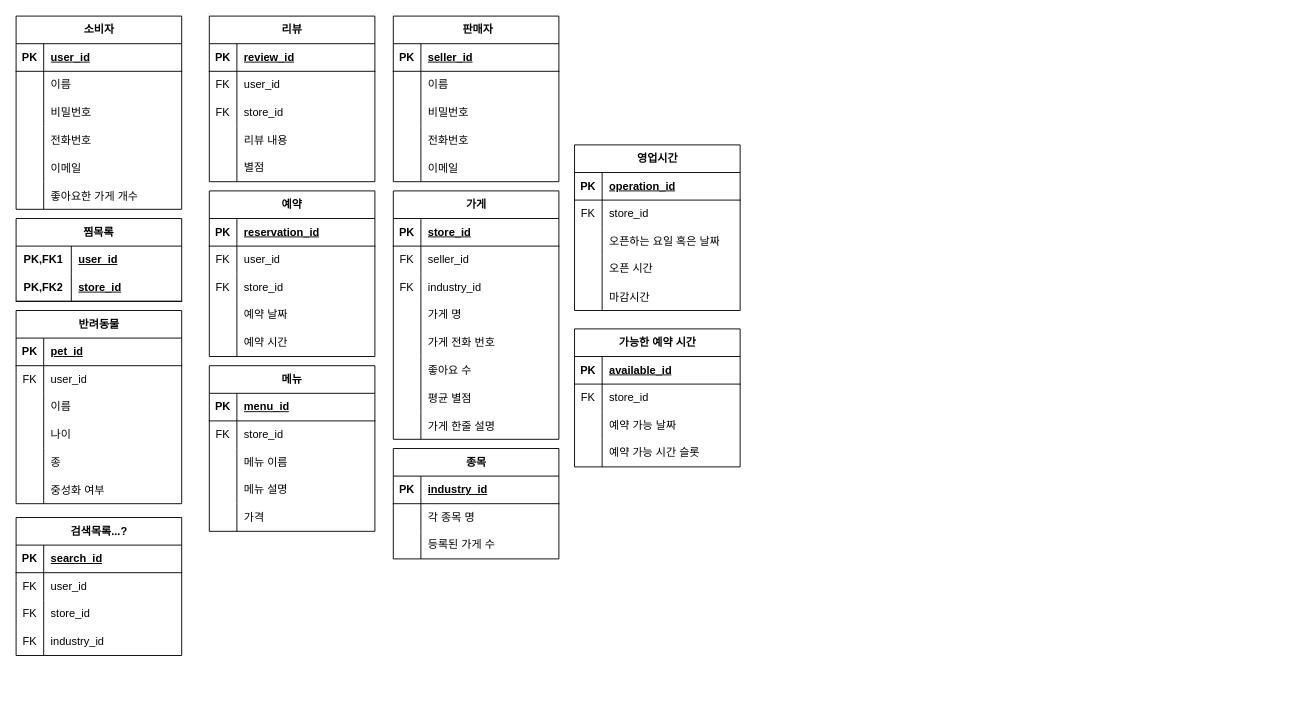
Before: test.drawio in dkwkckzk/data_test, a draw.io diagram. Source tidied: cells renumbered, new cells numbered last; positions are measured from the earlier drawing's top-left corner, leaving out a move shared by most shapes. Both pictures are drawn from the tidied source at 92%, with x=0, y=0 at pixel (16, 16).
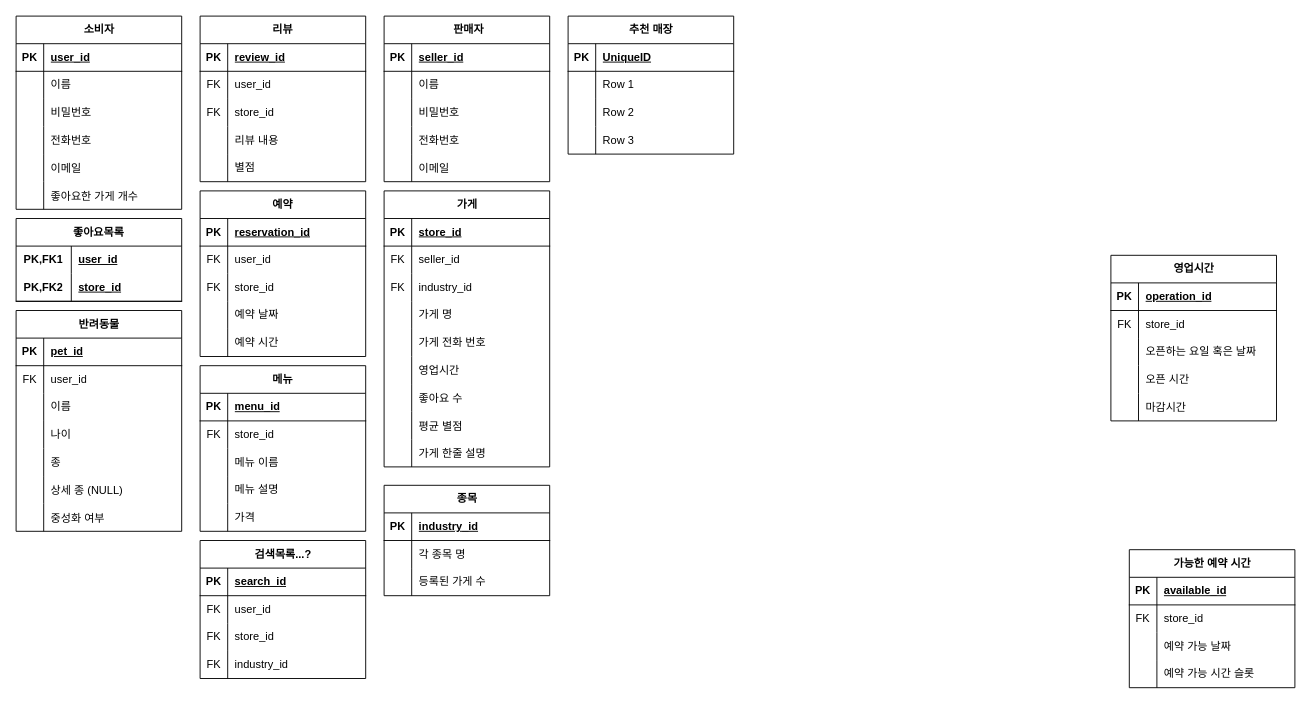
The same diagram, later.

The edit, as a diff of the source:
```diff
@@
     <mxCell id="21" value="&amp;nbsp;판매자" style="shape=table;startSize=30;childLayout=tableLayout;rowLines=0;fontStyle=1;align=center;html=1;" parent="1" vertex="1">
-      <mxGeometry x="410" width="180" height="180" as="geometry" />
+      <mxGeometry x="400" width="180" height="180" as="geometry" />
     </mxCell>
@@
     <mxCell id="37" value="반려동물" style="shape=table;startSize=30;childLayout=tableLayout;rowLines=0;fontStyle=1;align=center;html=1;" parent="1" vertex="1">
-      <mxGeometry y="320" width="180" height="210" as="geometry" />
+      <mxGeometry y="320" width="180" height="240" as="geometry" />
     </mxCell>
@@
+    <mxCell id="188" style="shape=tableRow;horizontal=0;startSize=0;swimlaneHead=0;swimlaneBody=0;fillColor=none;top=0;left=0;right=0;bottom=0;" parent="37" vertex="1">
+      <mxGeometry y="180" width="180" height="30" as="geometry" />
+    </mxCell>
+    <mxCell id="189" style="shape=partialRectangle;fillColor=none;top=0;left=0;bottom=0;right=0;overflow=hidden;" parent="188" vertex="1">
+      <mxGeometry width="30" height="30" as="geometry" />
+    </mxCell>
+    <mxCell id="190" value="상세 종 (NULL)" style="shape=partialRectangle;fillColor=none;top=0;left=0;bottom=0;right=0;align=left;spacingLeft=6;overflow=hidden;" parent="188" vertex="1">
+      <mxGeometry x="30" width="150" height="30" as="geometry" />
+    </mxCell>
     <mxCell id="53" style="shape=tableRow;horizontal=0;startSize=0;swimlaneHead=0;swimlaneBody=0;fillColor=none;top=0;left=0;right=0;bottom=0;" parent="37" vertex="1">
-      <mxGeometry y="180" width="180" height="30" as="geometry" />
+      <mxGeometry y="210" width="180" height="30" as="geometry" />
     </mxCell>
@@
     <mxCell id="56" value="리뷰" style="shape=table;startSize=30;childLayout=tableLayout;rowLines=0;fontStyle=1;align=center;html=1;whiteSpace=wrap;" parent="1" vertex="1">
-      <mxGeometry x="210" width="180" height="180" as="geometry" />
+      <mxGeometry x="200" width="180" height="180" as="geometry" />
     </mxCell>
@@
     <mxCell id="72" value="가게" style="shape=table;startSize=30;childLayout=tableLayout;rowLines=0;fontStyle=1;align=center;html=1;" parent="1" vertex="1">
-      <mxGeometry x="410" y="190" width="180" height="270" as="geometry" />
+      <mxGeometry x="400" y="190" width="180" height="300" as="geometry" />
     </mxCell>
@@
+    <mxCell id="191" style="shape=tableRow;horizontal=0;startSize=0;swimlaneHead=0;swimlaneBody=0;fillColor=none;top=0;left=0;right=0;bottom=0;" parent="72" vertex="1">
+      <mxGeometry y="180" width="180" height="30" as="geometry" />
+    </mxCell>
+    <mxCell id="192" style="shape=partialRectangle;fillColor=none;top=0;left=0;bottom=0;right=0;overflow=hidden;" parent="191" vertex="1">
+      <mxGeometry width="30" height="30" as="geometry" />
+    </mxCell>
+    <mxCell id="193" value="영업시간" style="shape=partialRectangle;fillColor=none;top=0;left=0;bottom=0;right=0;align=left;spacingLeft=6;overflow=hidden;" parent="191" vertex="1">
+      <mxGeometry x="30" width="150" height="30" as="geometry" />
+    </mxCell>
     <mxCell id="88" style="shape=tableRow;horizontal=0;startSize=0;swimlaneHead=0;swimlaneBody=0;fillColor=none;top=0;left=0;right=0;bottom=0;" parent="72" vertex="1">
-      <mxGeometry y="180" width="180" height="30" as="geometry" />
+      <mxGeometry y="210" width="180" height="30" as="geometry" />
     </mxCell>
@@
     <mxCell id="91" style="shape=tableRow;horizontal=0;startSize=0;swimlaneHead=0;swimlaneBody=0;fillColor=none;top=0;left=0;right=0;bottom=0;" parent="72" vertex="1">
-      <mxGeometry y="210" width="180" height="30" as="geometry" />
+      <mxGeometry y="240" width="180" height="30" as="geometry" />
     </mxCell>
@@
     <mxCell id="94" style="shape=tableRow;horizontal=0;startSize=0;swimlaneHead=0;swimlaneBody=0;fillColor=none;top=0;left=0;right=0;bottom=0;" parent="72" vertex="1">
-      <mxGeometry y="240" width="180" height="30" as="geometry" />
+      <mxGeometry y="270" width="180" height="30" as="geometry" />
     </mxCell>
@@
     <mxCell id="97" value="예약" style="shape=table;startSize=30;childLayout=tableLayout;rowLines=0;fontStyle=1;align=center;html=1;whiteSpace=wrap;" parent="1" vertex="1">
-      <mxGeometry x="210" y="190" width="180" height="180" as="geometry" />
+      <mxGeometry x="200" y="190" width="180" height="180" as="geometry" />
     </mxCell>
@@
     <mxCell id="113" value="종목" style="shape=table;startSize=30;childLayout=tableLayout;rowLines=0;fontStyle=1;align=center;html=1;" parent="1" vertex="1">
-      <mxGeometry x="410" y="470" width="180" height="120" as="geometry" />
+      <mxGeometry x="400" y="510" width="180" height="120" as="geometry" />
     </mxCell>
@@
     <mxCell id="123" value="메뉴" style="shape=table;startSize=30;childLayout=tableLayout;rowLines=0;fontStyle=1;align=center;html=1;whiteSpace=wrap;" parent="1" vertex="1">
-      <mxGeometry x="210" y="380" width="180" height="180" as="geometry" />
+      <mxGeometry x="200" y="380" width="180" height="180" as="geometry" />
     </mxCell>
@@
-    <mxCell id="139" value="찜목록" style="shape=table;startSize=30;childLayout=tableLayout;rowLines=0;fontStyle=1;align=center;html=1;whiteSpace=wrap;" parent="1" vertex="1">
+    <mxCell id="139" value="좋아요목록" style="shape=table;startSize=30;childLayout=tableLayout;rowLines=0;fontStyle=1;align=center;html=1;whiteSpace=wrap;" parent="1" vertex="1">
       <mxGeometry y="220" width="180" height="90" as="geometry" />
     </mxCell>
@@
     <mxCell id="146" value="검색목록...?" style="shape=table;startSize=30;childLayout=tableLayout;rowLines=0;fontStyle=1;align=center;html=1;" parent="1" vertex="1">
-      <mxGeometry y="545" width="180" height="150" as="geometry" />
+      <mxGeometry x="200" y="570" width="180" height="150" as="geometry" />
     </mxCell>
@@
     <mxCell id="159" value="영업시간" style="shape=table;startSize=30;childLayout=tableLayout;rowLines=0;fontStyle=1;align=center;html=1;" parent="1" vertex="1">
-      <mxGeometry x="607" y="140" width="180" height="180" as="geometry" />
+      <mxGeometry x="1190" y="260" width="180" height="180" as="geometry" />
     </mxCell>
@@
     <mxCell id="175" value="가능한 예약 시간" style="shape=table;startSize=30;childLayout=tableLayout;rowLines=0;fontStyle=1;align=center;html=1;" parent="1" vertex="1">
-      <mxGeometry x="607" y="340" width="180" height="150" as="geometry" />
+      <mxGeometry x="1210" y="580" width="180" height="150" as="geometry" />
     </mxCell>
@@
+    <mxCell id="194" value="추천 매장" style="shape=table;startSize=30;childLayout=tableLayout;rowLines=0;fontStyle=1;align=center;html=1;" parent="1" vertex="1">
+      <mxGeometry x="600" width="180" height="150" as="geometry" />
+    </mxCell>
+    <mxCell id="195" style="shape=tableRow;horizontal=0;startSize=0;swimlaneHead=0;swimlaneBody=0;fillColor=none;top=0;left=0;right=0;bottom=1;" parent="194" vertex="1">
+      <mxGeometry y="30" width="180" height="30" as="geometry" />
+    </mxCell>
+    <mxCell id="196" value="PK" style="shape=partialRectangle;fillColor=none;top=0;left=0;bottom=0;right=0;fontStyle=1;overflow=hidden;whiteSpace=wrap;html=1;" parent="195" vertex="1">
+      <mxGeometry width="30" height="30" as="geometry" />
+    </mxCell>
+    <mxCell id="197" value="UniqueID" style="shape=partialRectangle;fillColor=none;top=0;left=0;bottom=0;right=0;align=left;spacingLeft=6;fontStyle=5;overflow=hidden;whiteSpace=wrap;html=1;" parent="195" vertex="1">
+      <mxGeometry x="30" width="150" height="30" as="geometry" />
+    </mxCell>
+    <mxCell id="198" style="shape=tableRow;horizontal=0;startSize=0;swimlaneHead=0;swimlaneBody=0;fillColor=none;top=0;left=0;right=0;bottom=0;" parent="194" vertex="1">
+      <mxGeometry y="60" width="180" height="30" as="geometry" />
+    </mxCell>
+    <mxCell id="199" style="shape=partialRectangle;fillColor=none;top=0;left=0;bottom=0;right=0;overflow=hidden;whiteSpace=wrap;html=1;" parent="198" vertex="1">
+      <mxGeometry width="30" height="30" as="geometry" />
+    </mxCell>
+    <mxCell id="200" value="Row 1" style="shape=partialRectangle;fillColor=none;top=0;left=0;bottom=0;right=0;align=left;spacingLeft=6;overflow=hidden;whiteSpace=wrap;html=1;" parent="198" vertex="1">
+      <mxGeometry x="30" width="150" height="30" as="geometry" />
+    </mxCell>
+    <mxCell id="201" style="shape=tableRow;horizontal=0;startSize=0;swimlaneHead=0;swimlaneBody=0;fillColor=none;top=0;left=0;right=0;bottom=0;" parent="194" vertex="1">
+      <mxGeometry y="90" width="180" height="30" as="geometry" />
+    </mxCell>
+    <mxCell id="202" style="shape=partialRectangle;fillColor=none;top=0;left=0;bottom=0;right=0;overflow=hidden;whiteSpace=wrap;html=1;" parent="201" vertex="1">
+      <mxGeometry width="30" height="30" as="geometry" />
+    </mxCell>
+    <mxCell id="203" value="Row 2" style="shape=partialRectangle;fillColor=none;top=0;left=0;bottom=0;right=0;align=left;spacingLeft=6;overflow=hidden;whiteSpace=wrap;html=1;" parent="201" vertex="1">
+      <mxGeometry x="30" width="150" height="30" as="geometry" />
+    </mxCell>
+    <mxCell id="204" style="shape=tableRow;horizontal=0;startSize=0;swimlaneHead=0;swimlaneBody=0;fillColor=none;top=0;left=0;right=0;bottom=0;" parent="194" vertex="1">
+      <mxGeometry y="120" width="180" height="30" as="geometry" />
+    </mxCell>
+    <mxCell id="205" style="shape=partialRectangle;fillColor=none;top=0;left=0;bottom=0;right=0;overflow=hidden;whiteSpace=wrap;html=1;" parent="204" vertex="1">
+      <mxGeometry width="30" height="30" as="geometry" />
+    </mxCell>
+    <mxCell id="206" value="Row 3" style="shape=partialRectangle;fillColor=none;top=0;left=0;bottom=0;right=0;align=left;spacingLeft=6;overflow=hidden;whiteSpace=wrap;html=1;" parent="204" vertex="1">
+      <mxGeometry x="30" width="150" height="30" as="geometry" />
+    </mxCell>
```
